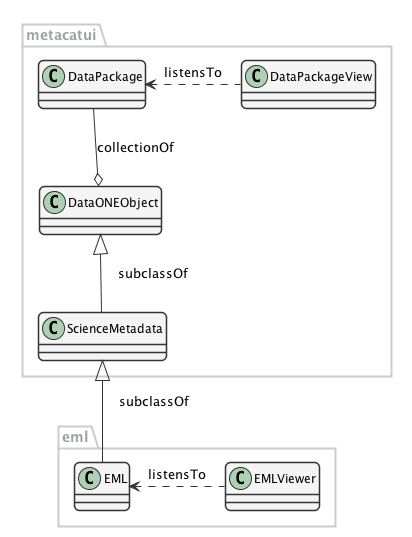
This is metacatui/docs/design/editor/images/editor-design.png from NCEAS/metacatui, a PlantUML export, as it was before one commit.
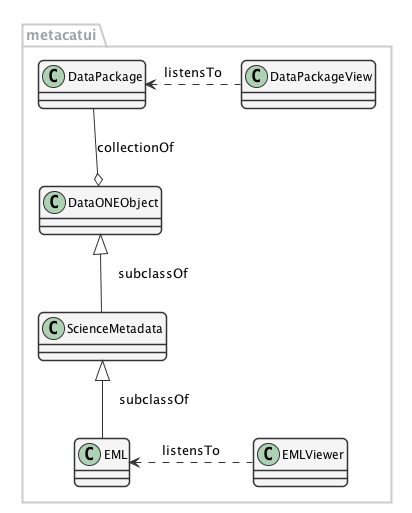
After the change.

Commit message:
Per our design discussion on 07Jul16, I've merged the metacatui and eml packages into one library (metacatui).

Diff of the diagram source:
```diff
@@ -43,9 +43,7 @@
 
     class DataPackageView {
     }
-  }
 
-  package eml {
     class EML {
     }
 
@@ -56,6 +54,6 @@
   DataPackage --o DataONEObject : collectionOf
   DataPackage <.left. DataPackageView : listensTo
   DataONEObject <|-down- ScienceMetadata : "    subclassOf"
-  ScienceMetadata <|- EML : "    subclassOf"
+  ScienceMetadata <|-down- EML : "    subclassOf"
   EML <.left. EMLViewer : listensTo
 @enduml
```
